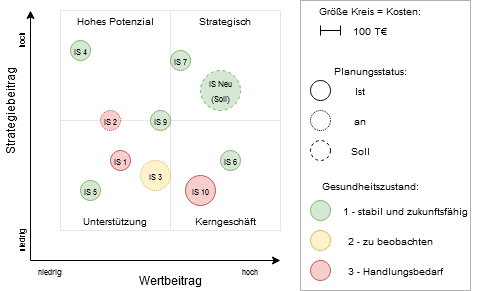
The draw.io diagram Abbildungen/3_Abbildung.png in katharinaschemel/Thesis, before a commit. Source tidied: cells renumbered, new cells last; positions are measured from the earlier drawing's top-left corner, leaving out a move shared by most shapes.
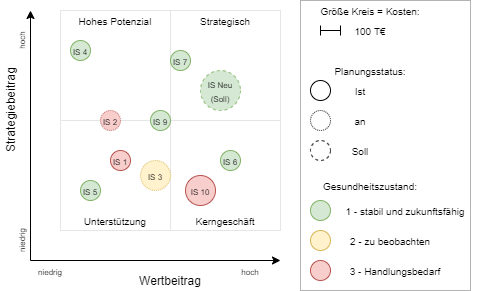
The same file after the commit.

The edit, as a diff of the source:
```diff
@@ -14,18 +14,18 @@
     <mxCell id="5" style="whiteSpace=wrap;html=1;strokeColor=#E6E6E6;" parent="1" vertex="1">
       <mxGeometry x="180" y="10" width="110" height="110" as="geometry" />
     </mxCell>
-    <mxCell id="6" style="endArrow=classic;html=1;" parent="1" edge="1">
-      <mxGeometry relative="1" as="geometry">
-        <mxPoint x="40" y="260" as="sourcePoint" />
-        <mxPoint x="40" y="10" as="targetPoint" />
-      </mxGeometry>
-    </mxCell>
-    <mxCell id="7" style="endArrow=classic;html=1;" parent="1" edge="1">
-      <mxGeometry relative="1" as="geometry">
-        <mxPoint x="40" y="260" as="sourcePoint" />
-        <mxPoint x="290" y="260" as="targetPoint" />
-      </mxGeometry>
-    </mxCell>
+    <mxCell id="50" style="endArrow=classic;html=1;" parent="1" edge="1">
+      <mxGeometry relative="1" as="geometry">
+        <mxPoint x="40" y="260" as="sourcePoint" />
+        <mxPoint x="40" y="10" as="targetPoint" />
+      </mxGeometry>
+    </mxCell>
+    <mxCell id="51" style="endArrow=classic;html=1;" parent="1" edge="1">
+      <mxGeometry relative="1" as="geometry">
+        <mxPoint x="40" y="260" as="sourcePoint" />
+        <mxPoint x="290" y="260" as="targetPoint" />
+      </mxGeometry>
+    </mxCell>
     <mxCell id="8" value="Strategiebeitrag" style="text;html=1;strokeColor=none;fillColor=none;align=center;verticalAlign=middle;whiteSpace=wrap;rounded=0;rotation=-90;" parent="1" vertex="1">
       <mxGeometry y="100" width="40" height="20" as="geometry" />
     </mxCell>
@@ -98,24 +98,24 @@
     <mxCell id="31" style="group;" parent="28" vertex="1">
       <mxGeometry x="20" y="25" width="20" height="10" as="geometry" />
     </mxCell>
-    <mxCell id="32" style="endArrow=none;html=1;" parent="31" edge="1">
-      <mxGeometry relative="1" as="geometry">
-        <mxPoint y="5" as="sourcePoint" />
-        <mxPoint x="20" y="5" as="targetPoint" />
-      </mxGeometry>
-    </mxCell>
-    <mxCell id="33" style="endArrow=none;html=1;" parent="31" edge="1">
-      <mxGeometry relative="1" as="geometry">
-        <mxPoint y="10" as="sourcePoint" />
-        <mxPoint as="targetPoint" />
-      </mxGeometry>
-    </mxCell>
-    <mxCell id="34" style="endArrow=none;html=1;" parent="31" edge="1">
-      <mxGeometry relative="1" as="geometry">
-        <mxPoint x="20" y="10" as="sourcePoint" />
-        <mxPoint x="20" as="targetPoint" />
-      </mxGeometry>
-    </mxCell>
+    <mxCell id="52" style="endArrow=none;html=1;" parent="31" edge="1">
+      <mxGeometry relative="1" as="geometry">
+        <mxPoint y="5" as="sourcePoint" />
+        <mxPoint x="20" y="5" as="targetPoint" />
+      </mxGeometry>
+    </mxCell>
+    <mxCell id="53" style="endArrow=none;html=1;" parent="31" edge="1">
+      <mxGeometry relative="1" as="geometry">
+        <mxPoint y="10" as="sourcePoint" />
+        <mxPoint as="targetPoint" />
+      </mxGeometry>
+    </mxCell>
+    <mxCell id="54" style="endArrow=none;html=1;" parent="31" edge="1">
+      <mxGeometry relative="1" as="geometry">
+        <mxPoint x="20" y="10" as="sourcePoint" />
+        <mxPoint x="20" as="targetPoint" />
+      </mxGeometry>
+    </mxCell>
     <mxCell id="35" value="&lt;font style=&quot;font-size: 10px&quot;&gt;100 T€&lt;/font&gt;" style="text;html=1;strokeColor=none;fillColor=none;align=center;verticalAlign=middle;whiteSpace=wrap;rounded=0;" parent="28" vertex="1">
       <mxGeometry x="50" y="20" width="40" height="20" as="geometry" />
     </mxCell>
```
